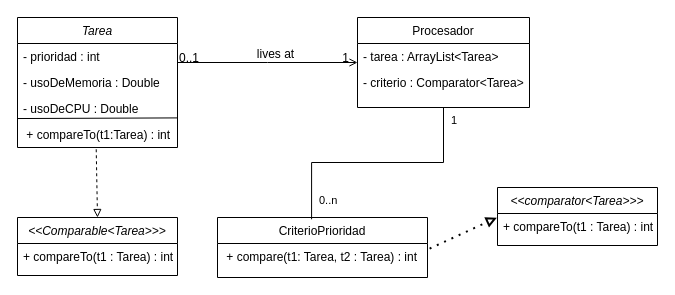
Earlier version of the draw.io diagram Untitled 3_d.drawio (01Marina/MetodologiaDiagramasDeClases). Source tidied: cells renumbered, new cells numbered last; positions are measured from the earlier drawing's top-left corner, leaving out a move shared by most shapes. Both pictures are drawn from the tidied source at 100%, with x=0, y=0 at pixel (17, 17).
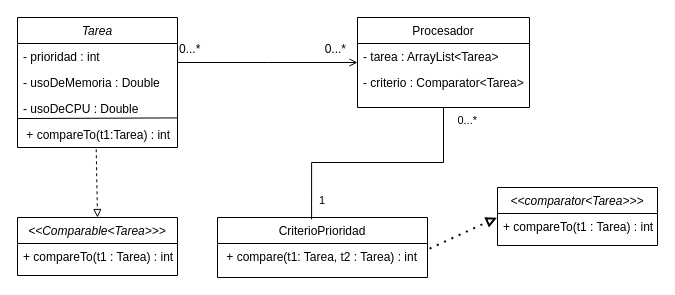
After the change.

Unchanged cells that the change refers to:
```xml
<mxCell id="15" style="endArrow=open;shadow=0;strokeWidth=1;rounded=0;endFill=1;edgeStyle=elbowEdgeStyle;elbow=vertical;" parent="1" edge="1" source="2" target="12">
  <mxGeometry x="0.5" y="41" relative="1" as="geometry">
    <mxPoint x="-40" y="32" as="offset" />
  </mxGeometry>
</mxCell>
<mxCell id="23" style="endArrow=none;html=1;endSize=12;startArrow=none;startSize=14;startFill=0;edgeStyle=orthogonalEdgeStyle;rounded=0;exitX=0.448;exitY=0.03;exitDx=0;exitDy=0;exitPerimeter=0;entryX=0.5;entryY=1;entryDx=0;entryDy=0;endFill=0;" parent="1" edge="1" source="10" target="12">
  <mxGeometry relative="1" as="geometry" />
</mxCell>
```

Change to the diagram source:
```diff
@@
-    <mxCell id="16" value="0..1" style="align=left;verticalAlign=bottom;labelBackgroundColor=none;fontSize=12;" parent="15" vertex="1">
+    <mxCell id="16" value="0...*" style="align=left;verticalAlign=bottom;labelBackgroundColor=none;fontSize=12;" parent="15" vertex="1">
       <mxGeometry x="-1" relative="1" as="geometry">
-        <mxPoint y="4" as="offset" />
+        <mxPoint y="-5" as="offset" />
       </mxGeometry>
     </mxCell>
-    <mxCell id="17" value="1" style="align=right;verticalAlign=bottom;labelBackgroundColor=none;fontSize=12;" parent="15" vertex="1">
+    <mxCell id="17" value="0...*" style="align=right;verticalAlign=bottom;labelBackgroundColor=none;fontSize=12;" parent="15" vertex="1">
       <mxGeometry x="1" relative="1" as="geometry">
-        <mxPoint x="-7" y="4" as="offset" />
+        <mxPoint x="-10" y="-5" as="offset" />
       </mxGeometry>
     </mxCell>
-    <mxCell id="18" value="lives at" style="text;html=1;align=center;verticalAlign=middle;labelBackgroundColor=none;rounded=0;shadow=0;strokeWidth=1;fontSize=12;" parent="15" vertex="1">
-      <mxGeometry x="0.5" y="49" relative="1" as="geometry">
-        <mxPoint x="-38" y="40" as="offset" />
-      </mxGeometry>
-    </mxCell>
@@
-    <mxCell id="24" value="0..n" style="edgeLabel;html=1;align=left;verticalAlign=top;" parent="23" vertex="1">
+    <mxCell id="24" value="1" style="edgeLabel;html=1;align=left;verticalAlign=top;" parent="23" vertex="1">
       <mxGeometry x="-1" relative="1" as="geometry">
         <mxPoint x="6" y="-32" as="offset" />
       </mxGeometry>
     </mxCell>
-    <mxCell id="25" value="1" style="edgeLabel;html=1;align=right;verticalAlign=top;" parent="23" vertex="1">
+    <mxCell id="25" value="0...*" style="edgeLabel;html=1;align=right;verticalAlign=top;" parent="23" vertex="1">
       <mxGeometry x="1" relative="1" as="geometry">
-        <mxPoint x="14" as="offset" />
+        <mxPoint x="34" as="offset" />
       </mxGeometry>
     </mxCell>
```
